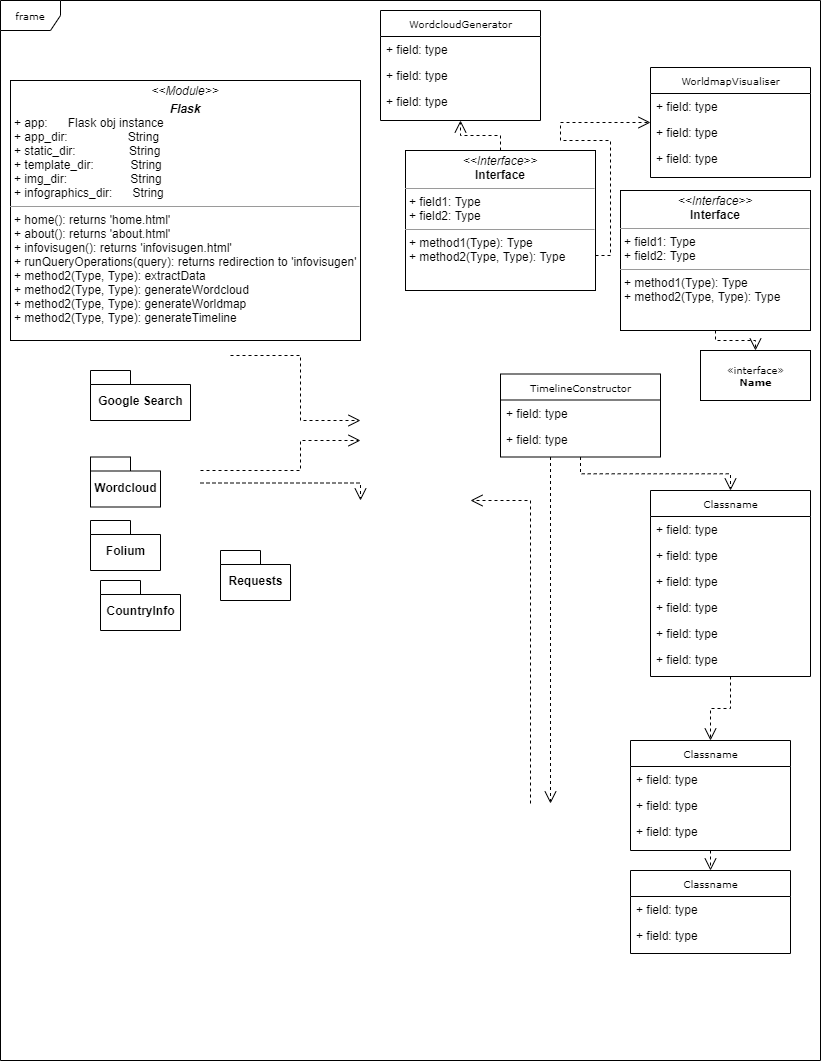
John8790909/Generating-Infographics-from-Text keeps this draw.io diagram as Documentation/Design/GIFT-UML-Diagram.png. Above is the earlier version. Source tidied: cells renumbered, new cells last; positions are measured from the earlier drawing's top-left corner, leaving out a move shared by most shapes.
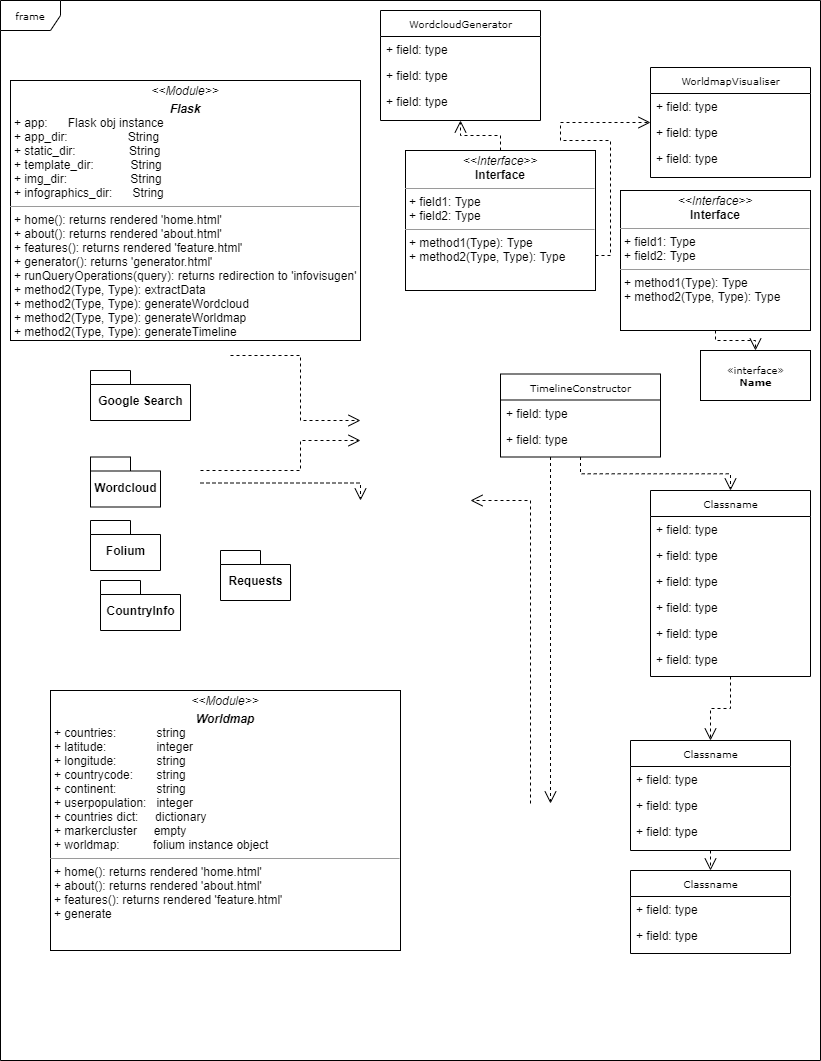
After the commit.

What changed in the source:
```diff
@@ -157,7 +157,7 @@
         </Array>
       </mxGeometry>
     </mxCell>
-    <mxCell id="42" value="&lt;p style=&quot;margin: 0px ; margin-top: 4px ; text-align: center&quot;&gt;&lt;i&gt;&amp;lt;&amp;lt;Module&amp;gt;&amp;gt;&lt;/i&gt;&lt;/p&gt;&lt;p style=&quot;margin: 0px ; margin-top: 4px ; text-align: center&quot;&gt;&lt;i&gt;&lt;b&gt;Flask&lt;/b&gt;&lt;/i&gt;&lt;br&gt;&lt;/p&gt;&lt;p style=&quot;margin: 0px ; margin-left: 4px&quot;&gt;+ app:&amp;nbsp; &amp;nbsp; &amp;nbsp; Flask obj instance&lt;br&gt;+ app_dir:&amp;nbsp; &amp;nbsp; &amp;nbsp; &amp;nbsp; &amp;nbsp; &amp;nbsp; &amp;nbsp; &amp;nbsp; &amp;nbsp; String&lt;/p&gt;&lt;p style=&quot;margin: 0px ; margin-left: 4px&quot;&gt;+ static_dir:&amp;nbsp; &amp;nbsp; &amp;nbsp; &amp;nbsp; &amp;nbsp; &amp;nbsp; &amp;nbsp; &amp;nbsp; String&lt;/p&gt;&lt;p style=&quot;margin: 0px ; margin-left: 4px&quot;&gt;+ template_dir:&amp;nbsp; &amp;nbsp; &amp;nbsp; &amp;nbsp; &amp;nbsp; &amp;nbsp;String&lt;/p&gt;&lt;p style=&quot;margin: 0px ; margin-left: 4px&quot;&gt;+ img_dir:&amp;nbsp; &amp;nbsp; &amp;nbsp; &amp;nbsp; &amp;nbsp; &amp;nbsp; &amp;nbsp; &amp;nbsp; &amp;nbsp; &amp;nbsp;String&lt;/p&gt;&lt;p style=&quot;margin: 0px ; margin-left: 4px&quot;&gt;+ infographics_dir:&amp;nbsp; &amp;nbsp; &amp;nbsp; String&lt;/p&gt;&lt;hr size=&quot;1&quot;&gt;&lt;p style=&quot;margin: 0px ; margin-left: 4px&quot;&gt;+ home(): returns 'home.html'&lt;/p&gt;&lt;p style=&quot;margin: 0px ; margin-left: 4px&quot;&gt;+ about(): returns 'about.html'&lt;/p&gt;&lt;p style=&quot;margin: 0px ; margin-left: 4px&quot;&gt;+ infovisugen(): returns 'infovisugen.html'&lt;/p&gt;&lt;p style=&quot;margin: 0px ; margin-left: 4px&quot;&gt;+ runQueryOperations(query): returns redirection to 'infovisugen'&lt;br&gt;+ method2(Type, Type): extractData&lt;/p&gt;&lt;p style=&quot;margin: 0px ; margin-left: 4px&quot;&gt;+ method2(Type, Type): generateWordcloud&lt;/p&gt;&lt;p style=&quot;margin: 0px ; margin-left: 4px&quot;&gt;+ method2(Type, Type): generateWorldmap&lt;/p&gt;&lt;p style=&quot;margin: 0px ; margin-left: 4px&quot;&gt;+ method2(Type, Type): generateTimeline&lt;/p&gt;&lt;p style=&quot;margin: 0px ; margin-left: 4px&quot;&gt;&lt;br&gt;&lt;/p&gt;" style="verticalAlign=top;align=left;overflow=fill;fontSize=12;fontFamily=Helvetica;html=1;rounded=0;shadow=0;comic=0;labelBackgroundColor=none;strokeWidth=1;" parent="1" vertex="1">
+    <mxCell id="42" value="&lt;p style=&quot;margin: 0px ; margin-top: 4px ; text-align: center&quot;&gt;&lt;i&gt;&amp;lt;&amp;lt;Module&amp;gt;&amp;gt;&lt;/i&gt;&lt;/p&gt;&lt;p style=&quot;margin: 0px ; margin-top: 4px ; text-align: center&quot;&gt;&lt;i&gt;&lt;b&gt;Flask&lt;/b&gt;&lt;/i&gt;&lt;br&gt;&lt;/p&gt;&lt;p style=&quot;margin: 0px ; margin-left: 4px&quot;&gt;+ app:&amp;nbsp; &amp;nbsp; &amp;nbsp; Flask obj instance&lt;br&gt;+ app_dir:&amp;nbsp; &amp;nbsp; &amp;nbsp; &amp;nbsp; &amp;nbsp; &amp;nbsp; &amp;nbsp; &amp;nbsp; &amp;nbsp; String&lt;/p&gt;&lt;p style=&quot;margin: 0px ; margin-left: 4px&quot;&gt;+ static_dir:&amp;nbsp; &amp;nbsp; &amp;nbsp; &amp;nbsp; &amp;nbsp; &amp;nbsp; &amp;nbsp; &amp;nbsp; String&lt;/p&gt;&lt;p style=&quot;margin: 0px ; margin-left: 4px&quot;&gt;+ template_dir:&amp;nbsp; &amp;nbsp; &amp;nbsp; &amp;nbsp; &amp;nbsp; &amp;nbsp;String&lt;/p&gt;&lt;p style=&quot;margin: 0px ; margin-left: 4px&quot;&gt;+ img_dir:&amp;nbsp; &amp;nbsp; &amp;nbsp; &amp;nbsp; &amp;nbsp; &amp;nbsp; &amp;nbsp; &amp;nbsp; &amp;nbsp; &amp;nbsp;String&lt;/p&gt;&lt;p style=&quot;margin: 0px ; margin-left: 4px&quot;&gt;+ infographics_dir:&amp;nbsp; &amp;nbsp; &amp;nbsp; String&lt;/p&gt;&lt;hr size=&quot;1&quot;&gt;&lt;p style=&quot;margin: 0px ; margin-left: 4px&quot;&gt;+ home(): returns rendered 'home.html'&lt;/p&gt;&lt;p style=&quot;margin: 0px ; margin-left: 4px&quot;&gt;+ about(): returns rendered 'about.html'&lt;/p&gt;&lt;p style=&quot;margin: 0px ; margin-left: 4px&quot;&gt;+ features(): returns rendered 'feature.html'&lt;/p&gt;&lt;p style=&quot;margin: 0px ; margin-left: 4px&quot;&gt;+ generator(): returns 'generator.html'&lt;/p&gt;&lt;p style=&quot;margin: 0px ; margin-left: 4px&quot;&gt;+ runQueryOperations(query): returns redirection to 'infovisugen'&lt;br&gt;+ method2(Type, Type): extractData&lt;/p&gt;&lt;p style=&quot;margin: 0px ; margin-left: 4px&quot;&gt;+ method2(Type, Type): generateWordcloud&lt;/p&gt;&lt;p style=&quot;margin: 0px ; margin-left: 4px&quot;&gt;+ method2(Type, Type): generateWorldmap&lt;/p&gt;&lt;p style=&quot;margin: 0px ; margin-left: 4px&quot;&gt;+ method2(Type, Type): generateTimeline&lt;/p&gt;&lt;p style=&quot;margin: 0px ; margin-left: 4px&quot;&gt;&lt;br&gt;&lt;/p&gt;" style="verticalAlign=top;align=left;overflow=fill;fontSize=12;fontFamily=Helvetica;html=1;rounded=0;shadow=0;comic=0;labelBackgroundColor=none;strokeWidth=1;" parent="1" vertex="1">
       <mxGeometry x="10" y="80" width="350" height="260" as="geometry" />
     </mxCell>
     <mxCell id="43" value="Google Search" style="shape=folder;fontStyle=1;spacingTop=10;tabWidth=40;tabHeight=14;tabPosition=left;html=1;" parent="1" vertex="1">
@@ -175,5 +175,8 @@
     <mxCell id="47" value="Requests" style="shape=folder;fontStyle=1;spacingTop=10;tabWidth=40;tabHeight=14;tabPosition=left;html=1;" parent="1" vertex="1">
       <mxGeometry x="220" y="550" width="70" height="50" as="geometry" />
     </mxCell>
+    <mxCell id="48" value="&lt;p style=&quot;margin: 0px ; margin-top: 4px ; text-align: center&quot;&gt;&lt;i&gt;&amp;lt;&amp;lt;Module&amp;gt;&amp;gt;&lt;/i&gt;&lt;/p&gt;&lt;p style=&quot;margin: 0px ; margin-top: 4px ; text-align: center&quot;&gt;&lt;b&gt;&lt;i&gt;Worldmap&lt;/i&gt;&lt;/b&gt;&lt;/p&gt;&lt;p style=&quot;margin: 0px ; margin-left: 4px&quot;&gt;+ countries:&amp;nbsp; &amp;nbsp; &amp;nbsp; &amp;nbsp; &amp;nbsp; &amp;nbsp; string&lt;br&gt;+ latitude:&amp;nbsp; &amp;nbsp; &amp;nbsp; &amp;nbsp; &amp;nbsp; &amp;nbsp; &amp;nbsp; &amp;nbsp;integer&lt;/p&gt;&lt;p style=&quot;margin: 0px ; margin-left: 4px&quot;&gt;+ longitude:&amp;nbsp; &amp;nbsp; &amp;nbsp; &amp;nbsp; &amp;nbsp; &amp;nbsp; string&lt;/p&gt;&lt;p style=&quot;margin: 0px ; margin-left: 4px&quot;&gt;+ countrycode:&amp;nbsp; &amp;nbsp; &amp;nbsp; &amp;nbsp;string&lt;/p&gt;&lt;p style=&quot;margin: 0px ; margin-left: 4px&quot;&gt;+ continent:&amp;nbsp; &amp;nbsp; &amp;nbsp; &amp;nbsp; &amp;nbsp; &amp;nbsp; string&lt;/p&gt;&lt;p style=&quot;margin: 0px ; margin-left: 4px&quot;&gt;+ userpopulation:&amp;nbsp; &amp;nbsp;integer&lt;/p&gt;&lt;p style=&quot;margin: 0px ; margin-left: 4px&quot;&gt;+ countries dict:&amp;nbsp; &amp;nbsp; &amp;nbsp;dictionary&lt;/p&gt;&lt;p style=&quot;margin: 0px ; margin-left: 4px&quot;&gt;+ markercluster&amp;nbsp; &amp;nbsp; &amp;nbsp;empty&lt;/p&gt;&lt;p style=&quot;margin: 0px ; margin-left: 4px&quot;&gt;+ worldmap:&amp;nbsp; &amp;nbsp; &amp;nbsp; &amp;nbsp; &amp;nbsp; folium instance object&lt;/p&gt;&lt;hr size=&quot;1&quot;&gt;&lt;p style=&quot;margin: 0px ; margin-left: 4px&quot;&gt;+ home(): returns rendered 'home.html'&lt;/p&gt;&lt;p style=&quot;margin: 0px ; margin-left: 4px&quot;&gt;+ about(): returns rendered 'about.html'&lt;/p&gt;&lt;p style=&quot;margin: 0px ; margin-left: 4px&quot;&gt;+ features(): returns rendered 'feature.html'&lt;/p&gt;&lt;p style=&quot;margin: 0px ; margin-left: 4px&quot;&gt;+ generate&lt;/p&gt;&lt;p style=&quot;margin: 0px ; margin-left: 4px&quot;&gt;&lt;br&gt;&lt;/p&gt;" style="verticalAlign=top;align=left;overflow=fill;fontSize=12;fontFamily=Helvetica;html=1;rounded=0;shadow=0;comic=0;labelBackgroundColor=none;strokeWidth=1;" parent="1" vertex="1">
+      <mxGeometry x="50" y="690" width="350" height="260" as="geometry" />
+    </mxCell>
   </root>
 </mxGraphModel>
```
